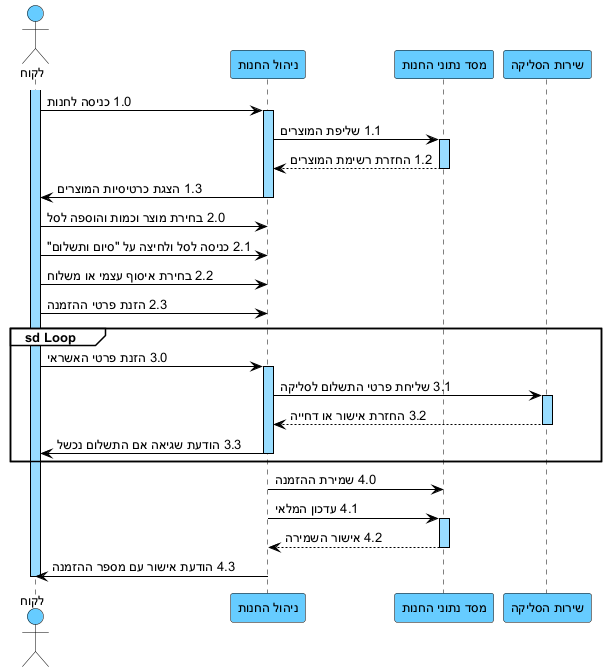
Above: docs/diagrams/png/07-seq-suc07-רכישה-בחנות.png in arielkaplan20/GOLDEN_HAIR_SALOAN (PlantUML), before the change.
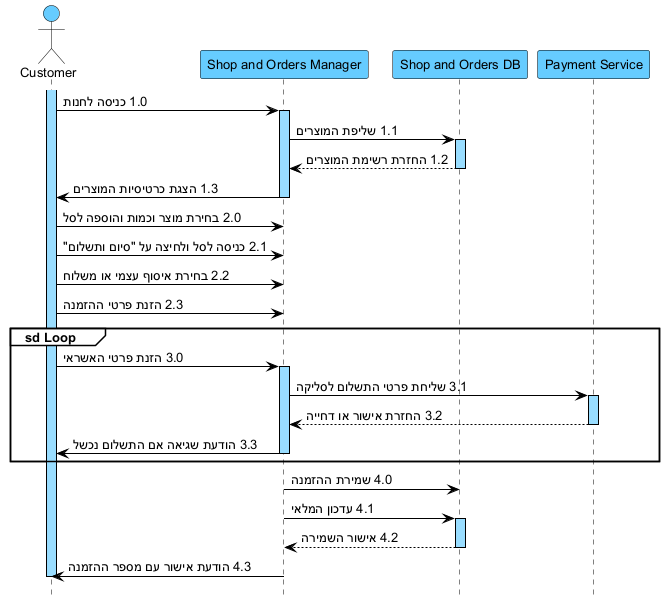
After the change.

What changed in the source:
```diff
@@ -1,4 +1,5 @@
 @startuml
+hide footbox
 skinparam backgroundColor white
 skinparam defaultFontName Arial
 skinparam defaultFontSize 13
@@ -18,10 +19,10 @@
 GroupHeaderFontColor black
 }
 
-actor "לקוח" as C
-participant "ניהול החנות" as SM
-participant "מסד נתוני החנות" as DB
-participant "שירות הסליקה" as PAY
+actor "Customer" as C
+participant "Shop and Orders Manager" as SM
+participant "Shop and Orders DB" as DB
+participant "Payment Service" as PAY
 
 activate C
 C -> SM : 1.0 כניסה לחנות
```
